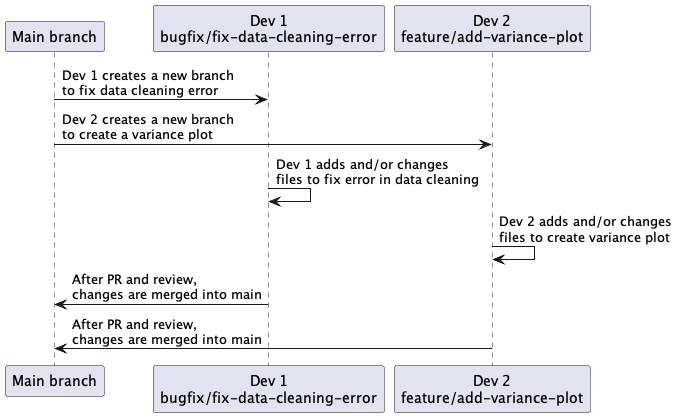
Above: branching-parallel-development.png in rostools/cog-flow-intro (PlantUML), before the change. Source of this version:
```plantuml
@startuml branching-parallel-development

"Main branch" -> "Dev 1\nbugfix/fix-data-cleaning-error": Dev 1 creates a new branch\nto fix data cleaning error
"Main branch" -> "Dev 2\nfeature/add-variance-plot": Dev 2 creates a new branch\nto create a variance plot
"Dev 1\nbugfix/fix-data-cleaning-error" -> "Dev 1\nbugfix/fix-data-cleaning-error": Dev 1 adds and/or changes\nfiles to fix error in data cleaning
"Dev 2\nfeature/add-variance-plot" -> "Dev 2\nfeature/add-variance-plot": Dev 2 adds and/or changes\nfiles to create variance plot
"Dev 1\nbugfix/fix-data-cleaning-error" -> "Main branch": After PR and review,\nchanges are merged into main
"Dev 2\nfeature/add-variance-plot" -> "Main branch": After PR and review,\nchanges are merged into main

@enduml
```
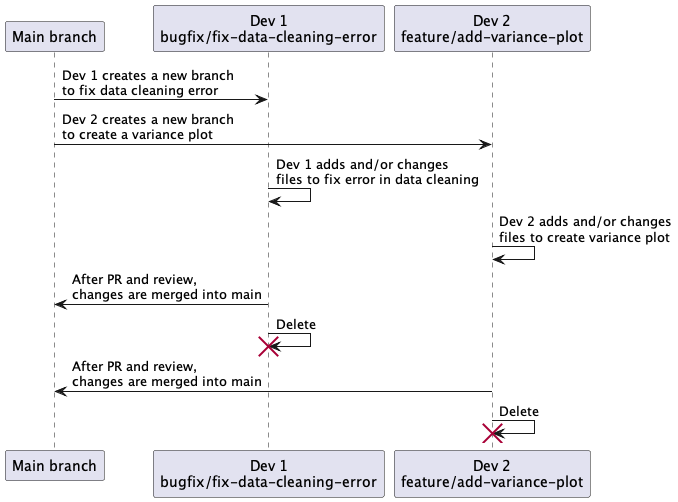
The same diagram one commit later.

Commit message:
fix: add delete new branch after merge to figures

What changed in the source:
```diff
@@ -5,6 +5,8 @@
 "Dev 1\nbugfix/fix-data-cleaning-error" -> "Dev 1\nbugfix/fix-data-cleaning-error": Dev 1 adds and/or changes\nfiles to fix error in data cleaning
 "Dev 2\nfeature/add-variance-plot" -> "Dev 2\nfeature/add-variance-plot": Dev 2 adds and/or changes\nfiles to create variance plot
 "Dev 1\nbugfix/fix-data-cleaning-error" -> "Main branch": After PR and review,\nchanges are merged into main
+"Dev 1\nbugfix/fix-data-cleaning-error" -> "Dev 1\nbugfix/fix-data-cleaning-error" !! : Delete
 "Dev 2\nfeature/add-variance-plot" -> "Main branch": After PR and review,\nchanges are merged into main
+"Dev 2\nfeature/add-variance-plot" -> "Dev 2\nfeature/add-variance-plot" !! : Delete
 
 @enduml
```
